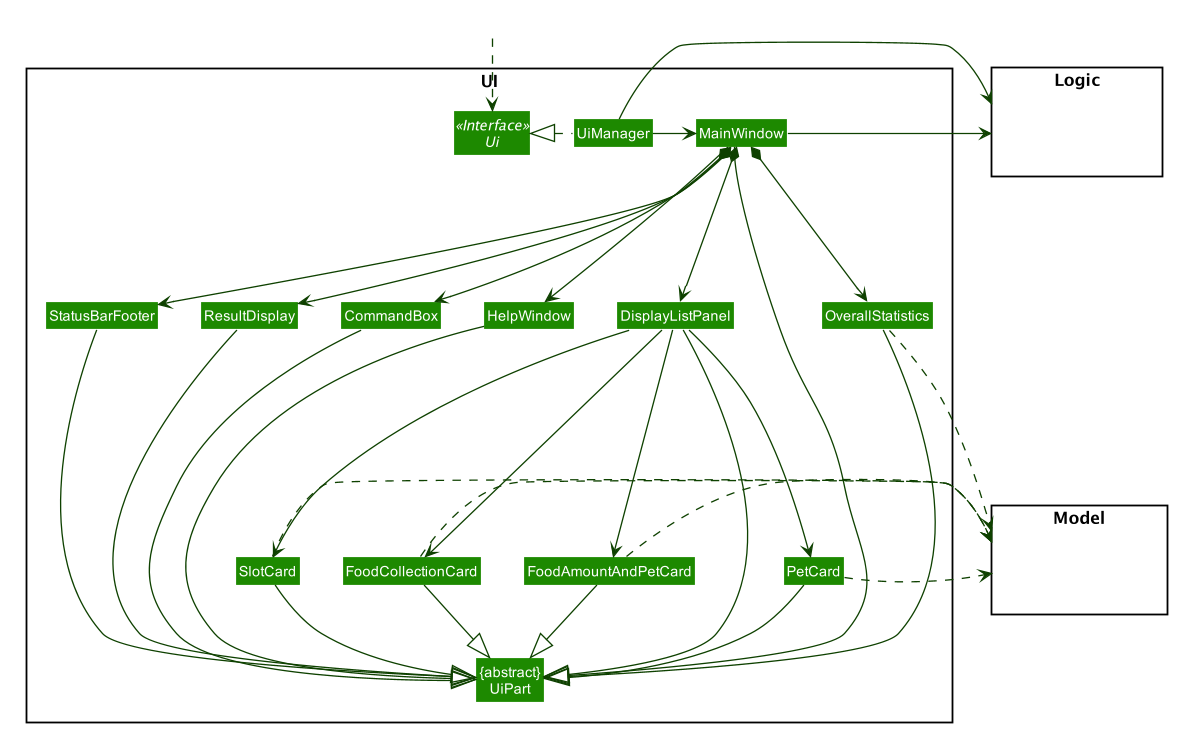
This is images/UiClassDiagram.png from AY1920S2-CS2103-W15-4/main, a PlantUML export, as it was before one commit.
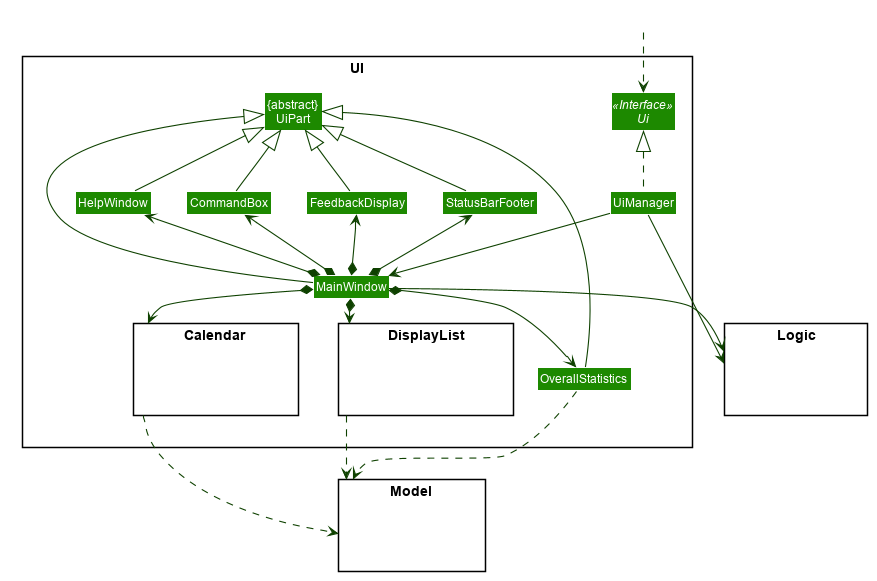
After the change.

The edit, as a diff of the source:
```diff
@@ -56,16 +56,23 @@
 Class "{abstract}\nUiPart" as UiPart
 Class UiManager
 Class MainWindow
+
+Class StatusBarFooter
+Class FeedbackDisplay
+Class CommandBox
 Class HelpWindow
-Class ResultDisplay
-Class DisplayListPanel
-Class PetCard
-Class SlotCard
-Class FoodCollectionCard
-Class FoodAmountAndPetCard
+
 Class OverallStatistics
-Class StatusBarFooter
-Class CommandBox
+
+
+package Calendar <<Rectangle>> {
+Class HiddenCalendar #FFFFFF
+}
+
+package DisplayList <<Rectangle>> {
+Class HiddenDisplayList #FFFFFF
+}
+
 }
 
 package Model <<Rectangle>> {
@@ -79,45 +86,34 @@
 Class HiddenOutside #FFFFFF
 HiddenOutside ..> Ui
 
-UiManager .left.|> Ui
-UiManager -right-> MainWindow
-MainWindow --> HelpWindow
-MainWindow *-down--> CommandBox
-MainWindow *-down--> ResultDisplay
-MainWindow *-down--> DisplayListPanel
-MainWindow *-down--> StatusBarFooter
-MainWindow *-down--> OverallStatistics
+UiManager .up.|> Ui
+UiManager -down-> MainWindow
 
-DisplayListPanel -down---> PetCard
-DisplayListPanel -down---> SlotCard
-DisplayListPanel -down---> FoodCollectionCard
-DisplayListPanel -down---> FoodAmountAndPetCard
+UiManager --> Logic
+MainWindow -down-> Logic
 
-MainWindow --down--|> UiPart
+MainWindow *-up-> StatusBarFooter
+MainWindow *-up-> FeedbackDisplay
+MainWindow *-up-> CommandBox
+MainWindow *-up-> HelpWindow
 
-ResultDisplay -----|> UiPart
-CommandBox -----|> UiPart
-DisplayListPanel -----|> UiPart
-PetCard --|> UiPart
-SlotCard --|> UiPart
-FoodCollectionCard --|> UiPart
-FoodAmountAndPetCard --|> UiPart
-OverallStatistics -----|> UiPart
-StatusBarFooter -----|> UiPart
-HelpWindow --down--|> UiPart
+MainWindow -up-|> UiPart
+StatusBarFooter -up-|> UiPart
+FeedbackDisplay -up-|> UiPart
+CommandBox -up-|> UiPart
+HelpWindow -up-|> UiPart
 
-PetCard .right.> Model
-SlotCard .right.> Model
-FoodCollectionCard .right.> Model
-FoodAmountAndPetCard .right.>Model
+
+MainWindow *--> OverallStatistics
 OverallStatistics .down.> Model
-UiManager -right-> Logic
-MainWindow -left-> Logic
+OverallStatistics -up-|> UiPart
 
-DisplayListPanel -[hidden]left- HelpWindow
-HelpWindow -[hidden]left- CommandBox
-CommandBox -[hidden]left- ResultDisplay
-ResultDisplay -[hidden]left- StatusBarFooter
+MainWindow *--> DisplayList
+DisplayList ..> Model
 
-MainWindow -[hidden]-|> UiPart
+
+
+
+MainWindow *--> Calendar
+Calendar ..> Model
 @enduml
```
